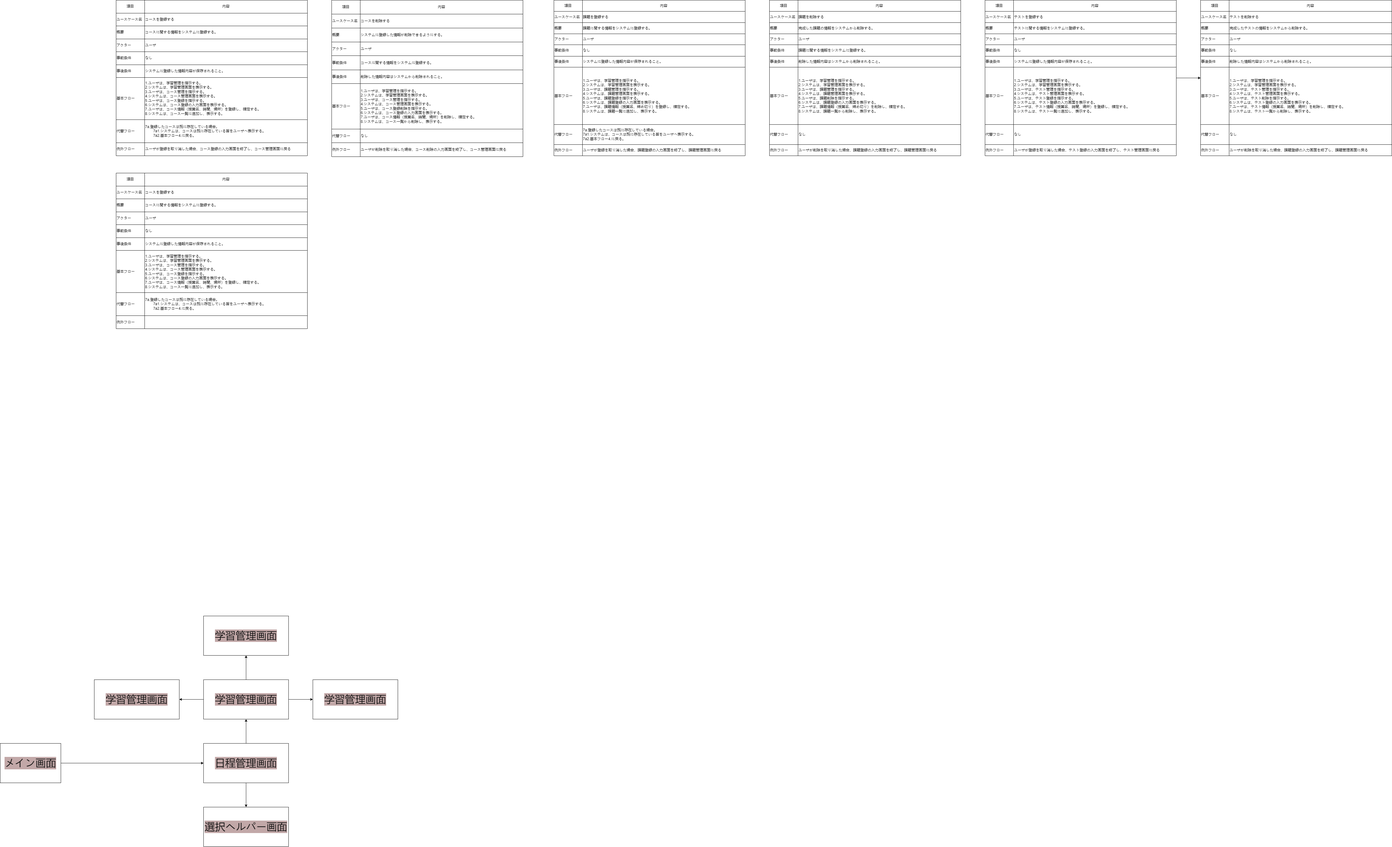
This is Eventflow.drawio.png from Hu-Hanxu/First-App-Self-Management-, a draw.io export, as it was before one commit. Source tidied: cells renumbered, new cells last; positions are measured from the earlier drawing's top-left corner, leaving out a move shared by most shapes.
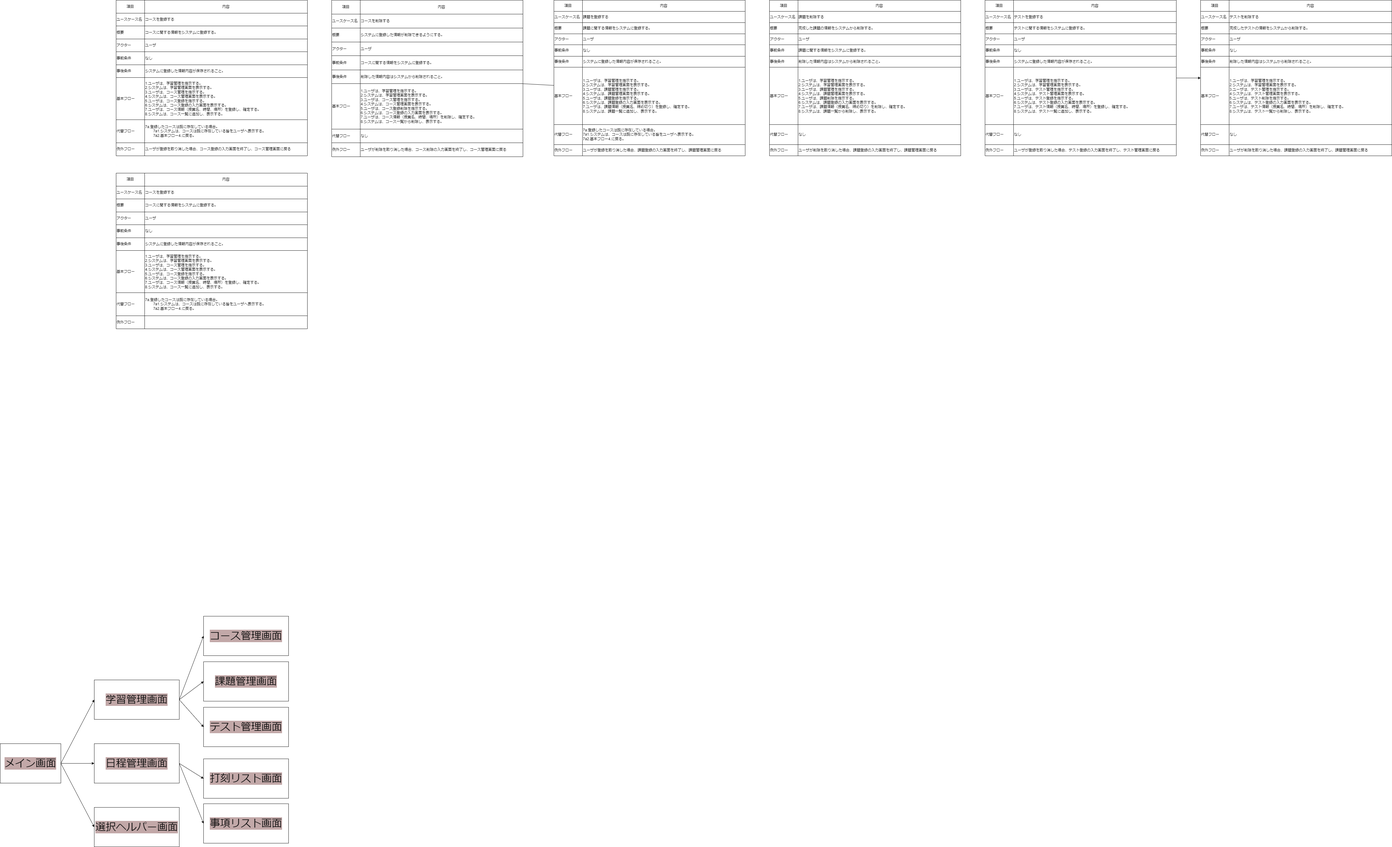
Later version of the same file.

Commit message:
画面(大体)の作成

Diff of the diagram source:
```diff
@@ -611,41 +611,53 @@
     <mxCell id="204" style="edgeStyle=none;html=1;fontSize=34;fontColor=#0d0d0d;" parent="1" edge="1" source="205" target="208">
       <mxGeometry relative="1" as="geometry" />
     </mxCell>
+    <mxCell id="217" style="edgeStyle=none;html=1;exitX=1;exitY=0.5;exitDx=0;exitDy=0;entryX=0;entryY=0.5;entryDx=0;entryDy=0;" parent="1" edge="1" source="205" target="215">
+      <mxGeometry relative="1" as="geometry" />
+    </mxCell>
+    <mxCell id="218" style="edgeStyle=none;html=1;exitX=1;exitY=0.5;exitDx=0;exitDy=0;entryX=0;entryY=0.5;entryDx=0;entryDy=0;" parent="1" edge="1" source="205" target="213">
+      <mxGeometry relative="1" as="geometry" />
+    </mxCell>
     <mxCell id="205" value="メイン画面" style="rounded=0;whiteSpace=wrap;html=1;labelBackgroundColor=#c2a8a8;fontColor=#0d0d0d;fontSize=34;" parent="1" vertex="1">
       <mxGeometry y="2450" width="200" height="130" as="geometry" />
     </mxCell>
-    <mxCell id="206" style="edgeStyle=none;html=1;fontSize=34;fontColor=#0d0d0d;" parent="1" edge="1" source="208" target="212">
-      <mxGeometry relative="1" as="geometry" />
-    </mxCell>
-    <mxCell id="207" style="edgeStyle=none;html=1;fontSize=34;fontColor=#0d0d0d;" parent="1" edge="1" source="208" target="213">
-      <mxGeometry relative="1" as="geometry" />
-    </mxCell>
+    <mxCell id="219" style="edgeStyle=none;html=1;exitX=1;exitY=0.5;exitDx=0;exitDy=0;entryX=0;entryY=0.5;entryDx=0;entryDy=0;" parent="1" edge="1" source="208" target="224">
+      <mxGeometry relative="1" as="geometry" />
+    </mxCell>
+    <mxCell id="220" style="edgeStyle=none;html=1;exitX=1;exitY=0.5;exitDx=0;exitDy=0;entryX=0;entryY=0.5;entryDx=0;entryDy=0;" parent="1" edge="1" source="208" target="225">
+      <mxGeometry relative="1" as="geometry" />
+    </mxCell>
     <mxCell id="208" value="日程管理画面" style="rounded=0;whiteSpace=wrap;html=1;labelBackgroundColor=#c2a8a8;fontColor=#0d0d0d;fontSize=34;" parent="1" vertex="1">
-      <mxGeometry x="670" y="2450" width="280" height="130" as="geometry" />
+      <mxGeometry x="310" y="2450" width="280" height="130" as="geometry" />
     </mxCell>
-    <mxCell id="209" style="edgeStyle=none;html=1;fontSize=34;fontColor=#0d0d0d;" parent="1" edge="1" source="212" target="214">
-      <mxGeometry relative="1" as="geometry" />
-    </mxCell>
-    <mxCell id="210" style="edgeStyle=none;html=1;fontSize=34;fontColor=#0d0d0d;" parent="1" edge="1" source="212" target="215">
-      <mxGeometry relative="1" as="geometry" />
-    </mxCell>
-    <mxCell id="211" style="edgeStyle=none;html=1;fontSize=34;fontColor=#0d0d0d;" parent="1" edge="1" source="212" target="216">
-      <mxGeometry relative="1" as="geometry" />
-    </mxCell>
-    <mxCell id="212" value="学習管理画面" style="rounded=0;whiteSpace=wrap;html=1;labelBackgroundColor=#c2a8a8;fontColor=#0d0d0d;fontSize=34;" parent="1" vertex="1">
-      <mxGeometry x="670" y="2240" width="280" height="130" as="geometry" />
+    <mxCell id="212" value="課題管理画面" style="rounded=0;whiteSpace=wrap;html=1;labelBackgroundColor=#c2a8a8;fontColor=#0d0d0d;fontSize=34;" parent="1" vertex="1">
+      <mxGeometry x="670" y="2180" width="280" height="130" as="geometry" />
     </mxCell>
     <mxCell id="213" value="選択ヘルパー画面" style="rounded=0;whiteSpace=wrap;html=1;labelBackgroundColor=#c2a8a8;fontColor=#0d0d0d;fontSize=34;" parent="1" vertex="1">
-      <mxGeometry x="670" y="2660" width="280" height="130" as="geometry" />
+      <mxGeometry x="310" y="2660" width="280" height="130" as="geometry" />
     </mxCell>
-    <mxCell id="214" value="学習管理画面" style="rounded=0;whiteSpace=wrap;html=1;labelBackgroundColor=#c2a8a8;fontColor=#0d0d0d;fontSize=34;" parent="1" vertex="1">
-      <mxGeometry x="1030" y="2240" width="280" height="130" as="geometry" />
+    <mxCell id="214" value="テスト管理画面" style="rounded=0;whiteSpace=wrap;html=1;labelBackgroundColor=#c2a8a8;fontColor=#0d0d0d;fontSize=34;" parent="1" vertex="1">
+      <mxGeometry x="670" y="2330" width="280" height="130" as="geometry" />
     </mxCell>
+    <mxCell id="221" style="edgeStyle=none;html=1;exitX=1;exitY=0.5;exitDx=0;exitDy=0;entryX=0;entryY=0.5;entryDx=0;entryDy=0;" parent="1" edge="1" source="215" target="212">
+      <mxGeometry relative="1" as="geometry" />
+    </mxCell>
+    <mxCell id="222" style="edgeStyle=none;html=1;exitX=1;exitY=0.5;exitDx=0;exitDy=0;entryX=0;entryY=0.5;entryDx=0;entryDy=0;" parent="1" edge="1" source="215" target="216">
+      <mxGeometry relative="1" as="geometry" />
+    </mxCell>
+    <mxCell id="223" style="edgeStyle=none;html=1;exitX=1;exitY=0.5;exitDx=0;exitDy=0;entryX=0;entryY=0.5;entryDx=0;entryDy=0;" parent="1" edge="1" source="215" target="214">
+      <mxGeometry relative="1" as="geometry" />
+    </mxCell>
     <mxCell id="215" value="学習管理画面" style="rounded=0;whiteSpace=wrap;html=1;labelBackgroundColor=#c2a8a8;fontColor=#0d0d0d;fontSize=34;" parent="1" vertex="1">
       <mxGeometry x="310" y="2240" width="280" height="130" as="geometry" />
     </mxCell>
-    <mxCell id="216" value="学習管理画面" style="rounded=0;whiteSpace=wrap;html=1;labelBackgroundColor=#c2a8a8;fontColor=#0d0d0d;fontSize=34;" parent="1" vertex="1">
+    <mxCell id="216" value="コース管理画面" style="rounded=0;whiteSpace=wrap;html=1;labelBackgroundColor=#c2a8a8;fontColor=#0d0d0d;fontSize=34;" parent="1" vertex="1">
       <mxGeometry x="670" y="2030" width="280" height="130" as="geometry" />
     </mxCell>
+    <mxCell id="224" value="打刻リスト画面" style="rounded=0;whiteSpace=wrap;html=1;labelBackgroundColor=#c2a8a8;fontColor=#0d0d0d;fontSize=34;" parent="1" vertex="1">
+      <mxGeometry x="670" y="2500" width="280" height="130" as="geometry" />
+    </mxCell>
+    <mxCell id="225" value="事項リスト画面" style="rounded=0;whiteSpace=wrap;html=1;labelBackgroundColor=#c2a8a8;fontColor=#0d0d0d;fontSize=34;" parent="1" vertex="1">
+      <mxGeometry x="670" y="2648" width="280" height="130" as="geometry" />
+    </mxCell>
   </root>
 </mxGraphModel>
```
